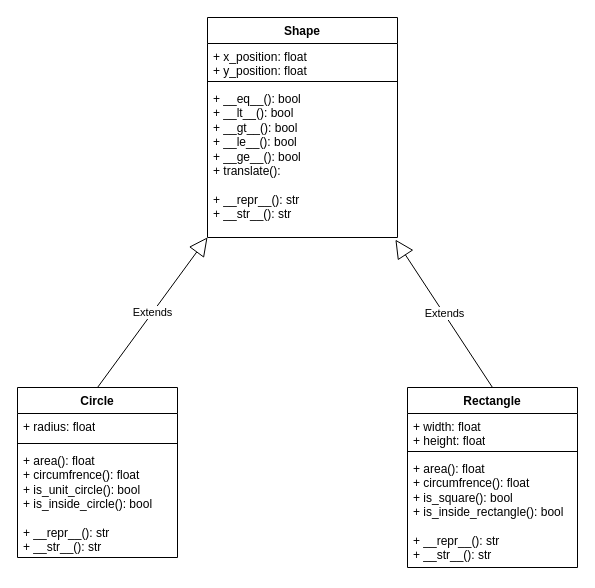
Janandersov/python-programming-JAN-ANDERS-OVERGARD keeps this draw.io diagram as Labs/Lab 3/Labb 3 class diagram.drawio. Above is the earlier version. Source tidied: cells renumbered, new cells numbered last; positions are measured from the earlier drawing's top-left corner, leaving out a move shared by most shapes. Both pictures are drawn from the tidied source at 100%, with x=0, y=0 at pixel (17, 17).
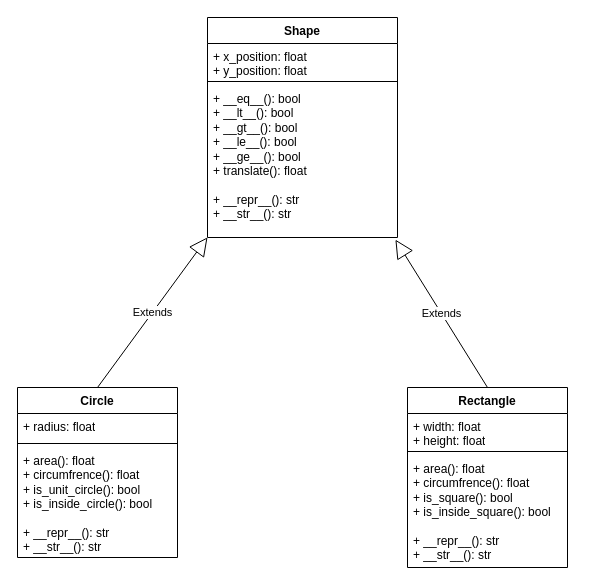
The same diagram, later.

Commit message (it also covers changes not shown here):
Class diagram edit

The edit, as a diff of the source:
```diff
@@
 <mxGraphModel>
   <root>
     <mxCell id="0" />
     <mxCell id="1" parent="0" />
     <mxCell id="2" value="Shape" style="swimlane;fontStyle=1;align=center;verticalAlign=top;horizontal=1;startSize=26;whiteSpace=wrap;html=1;" parent="1" vertex="1">
       <mxGeometry x="190" width="190" height="220" as="geometry" />
     </mxCell>
     <mxCell id="3" value="+ x_position: float&lt;br&gt;+ y_position: float" style="text;strokeColor=none;fillColor=none;align=left;verticalAlign=top;spacingLeft=4;spacingRight=4;overflow=hidden;whiteSpace=wrap;html=1;" parent="2" vertex="1">
       <mxGeometry y="26" width="190" height="34" as="geometry" />
     </mxCell>
     <mxCell id="4" style="line;strokeWidth=1;fillColor=none;align=left;verticalAlign=middle;spacingTop=-1;spacingLeft=3;spacingRight=3;labelPosition=right;strokeColor=inherit;" parent="2" vertex="1">
       <mxGeometry y="60" width="190" height="8" as="geometry" />
     </mxCell>
-    <mxCell id="5" value="+ __eq__(): bool&lt;br&gt;+ __lt__(): bool&lt;br&gt;+ __gt__(): bool&lt;br&gt;+ __le__(): bool&lt;br&gt;+ __ge__(): bool&lt;br&gt;+ translate():&lt;br&gt;&amp;nbsp;&lt;br&gt;+ __repr__(): str&lt;br&gt;+ __str__(): str" style="text;strokeColor=none;fillColor=none;align=left;verticalAlign=top;spacingLeft=4;spacingRight=4;overflow=hidden;points=[[0,0.5],[1,0.5]];portConstraint=eastwest;whiteSpace=wrap;html=1;" parent="2" vertex="1">
+    <mxCell id="5" value="+ __eq__(): bool&lt;br&gt;+ __lt__(): bool&lt;br&gt;+ __gt__(): bool&lt;br&gt;+ __le__(): bool&lt;br&gt;+ __ge__(): bool&lt;br&gt;+ translate(): float&lt;br&gt;&amp;nbsp;&lt;br&gt;+ __repr__(): str&lt;br&gt;+ __str__(): str" style="text;strokeColor=none;fillColor=none;align=left;verticalAlign=top;spacingLeft=4;spacingRight=4;overflow=hidden;points=[[0,0.5],[1,0.5]];portConstraint=eastwest;whiteSpace=wrap;html=1;" parent="2" vertex="1">
       <mxGeometry y="68" width="190" height="152" as="geometry" />
     </mxCell>
     <mxCell id="6" value="Rectangle" style="swimlane;fontStyle=1;align=center;verticalAlign=top;horizontal=1;startSize=26;whiteSpace=wrap;html=1;" parent="1" vertex="1">
-      <mxGeometry x="390" y="370" width="170" height="180" as="geometry" />
+      <mxGeometry x="390" y="370" width="160" height="180" as="geometry" />
     </mxCell>
     <mxCell id="7" value="+ width: float&lt;br&gt;+ height: float" style="text;strokeColor=none;fillColor=none;align=left;verticalAlign=top;spacingLeft=4;spacingRight=4;overflow=hidden;whiteSpace=wrap;html=1;" parent="6" vertex="1">
-      <mxGeometry y="26" width="170" height="34" as="geometry" />
+      <mxGeometry y="26" width="160" height="34" as="geometry" />
     </mxCell>
     <mxCell id="8" style="line;strokeWidth=1;fillColor=none;align=left;verticalAlign=middle;spacingTop=-1;spacingLeft=3;spacingRight=3;labelPosition=right;strokeColor=inherit;" parent="6" vertex="1">
-      <mxGeometry y="60" width="170" height="8" as="geometry" />
+      <mxGeometry y="60" width="160" height="8" as="geometry" />
     </mxCell>
-    <mxCell id="9" value="+ area(): float&lt;br&gt;+ circumfrence(): float&lt;br&gt;+ is_square(): bool&lt;br&gt;+ is_inside_rectangle(): bool&lt;br&gt;&lt;br&gt;+ __repr__(): str&lt;br&gt;+ __str__(): str" style="text;strokeColor=none;fillColor=none;align=left;verticalAlign=top;spacingLeft=4;spacingRight=4;overflow=hidden;whiteSpace=wrap;html=1;" parent="6" vertex="1">
-      <mxGeometry y="68" width="170" height="112" as="geometry" />
+    <mxCell id="9" value="+ area(): float&lt;br&gt;+ circumfrence(): float&lt;br&gt;+ is_square(): bool&lt;br&gt;+ is_inside_square(): bool&lt;br&gt;&lt;br&gt;+ __repr__(): str&lt;br&gt;+ __str__(): str" style="text;strokeColor=none;fillColor=none;align=left;verticalAlign=top;spacingLeft=4;spacingRight=4;overflow=hidden;whiteSpace=wrap;html=1;" parent="6" vertex="1">
+      <mxGeometry y="68" width="160" height="112" as="geometry" />
     </mxCell>
     <mxCell id="10" value="Circle" style="swimlane;fontStyle=1;align=center;verticalAlign=top;horizontal=1;startSize=26;whiteSpace=wrap;html=1;" parent="1" vertex="1">
       <mxGeometry y="370" width="160" height="170" as="geometry" />
     </mxCell>
     <mxCell id="11" value="+ radius: float" style="text;strokeColor=none;fillColor=none;align=left;verticalAlign=top;spacingLeft=4;spacingRight=4;overflow=hidden;whiteSpace=wrap;html=1;" parent="10" vertex="1">
       <mxGeometry y="26" width="160" height="26" as="geometry" />
     </mxCell>
     <mxCell id="12" style="line;strokeWidth=1;fillColor=none;align=left;verticalAlign=middle;spacingTop=-1;spacingLeft=3;spacingRight=3;labelPosition=right;strokeColor=inherit;" parent="10" vertex="1">
       <mxGeometry y="52" width="160" height="8" as="geometry" />
     </mxCell>
     <mxCell id="13" value="+ area(): float&lt;br&gt;+ circumfrence(): float&lt;br&gt;+ is_unit_circle(): bool&lt;br&gt;+ is_inside_circle(): bool&lt;br&gt;&lt;br&gt;+ __repr__(): str&lt;br&gt;+ __str__(): str" style="text;strokeColor=none;fillColor=none;align=left;verticalAlign=top;spacingLeft=4;spacingRight=4;overflow=hidden;whiteSpace=wrap;html=1;" parent="10" vertex="1">
       <mxGeometry y="60" width="160" height="110" as="geometry" />
     </mxCell>
     <mxCell id="14" value="Extends" style="endArrow=block;endSize=16;endFill=0;html=1;rounded=0;exitX=0.5;exitY=0;exitDx=0;exitDy=0;entryX=0;entryY=0.999;entryDx=0;entryDy=0;entryPerimeter=0;" parent="1" edge="1" source="10" target="5">
       <mxGeometry relative="1" as="geometry" />
     </mxCell>
     <mxCell id="15" value="Extends" style="endArrow=block;endSize=16;endFill=0;html=1;rounded=0;exitX=0.5;exitY=0;exitDx=0;exitDy=0;entryX=0.989;entryY=1.014;entryDx=0;entryDy=0;entryPerimeter=0;" parent="1" edge="1" source="6" target="5">
       <mxGeometry relative="1" as="geometry" />
     </mxCell>
   </root>
 </mxGraphModel>
```
